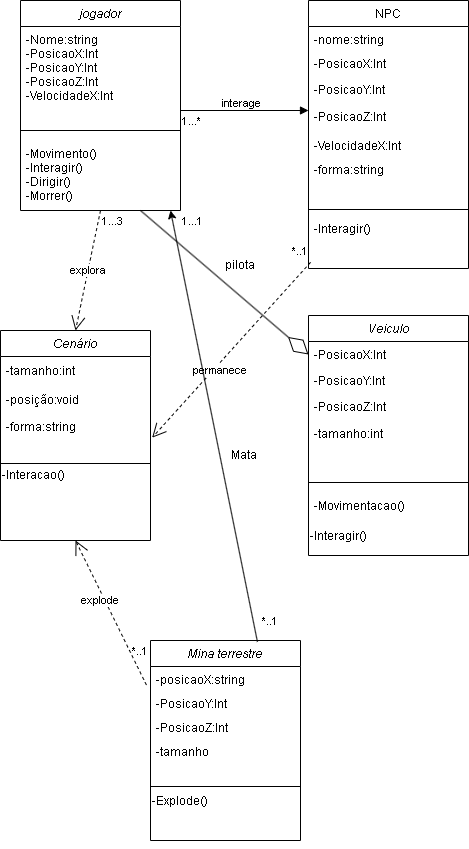
The draw.io diagram diagramas/Diagrama jogo musica Unity.drawio.png in lucasnoelgb/2jdprojetomusica, before a commit. Source tidied: cells renumbered, new cells last; positions are measured from the earlier drawing's top-left corner, leaving out a move shared by most shapes.
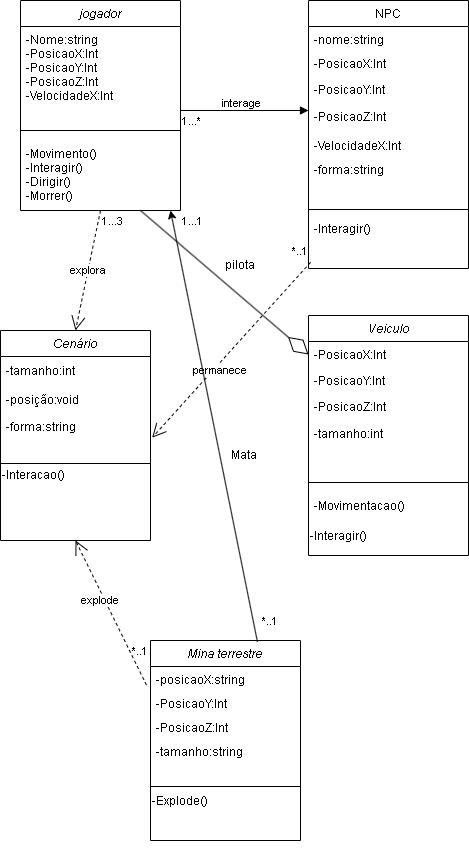
After the commit.

The edit, as a diff of the source:
```diff
@@ -101,7 +101,7 @@
     <mxCell id="34" value="-PosicaoZ:Int" style="text;align=left;verticalAlign=top;spacingLeft=4;spacingRight=4;overflow=hidden;" parent="30" vertex="1">
       <mxGeometry y="74" width="150" height="24" as="geometry" />
     </mxCell>
-    <mxCell id="35" value="-tamanho" style="text;align=left;verticalAlign=top;spacingLeft=4;spacingRight=4;overflow=hidden;" parent="30" vertex="1">
+    <mxCell id="35" value="-tamanho:string" style="text;align=left;verticalAlign=top;spacingLeft=4;spacingRight=4;overflow=hidden;" parent="30" vertex="1">
       <mxGeometry y="98" width="150" height="24" as="geometry" />
     </mxCell>
     <mxCell id="36" style="line;html=1;strokeWidth=1;align=left;verticalAlign=middle;spacingTop=-1;spacingLeft=3;spacingRight=3;labelPosition=right;" parent="30" vertex="1">
```
